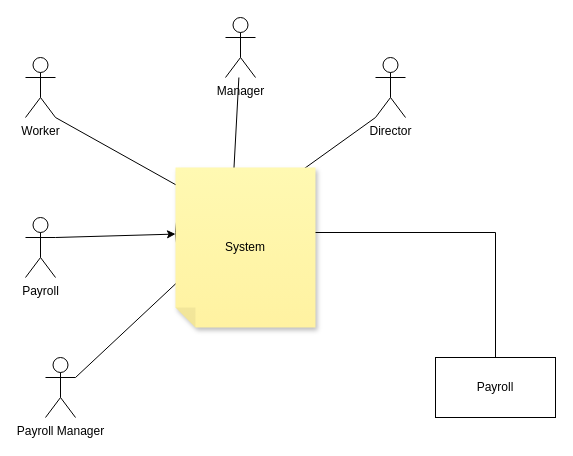
shahartamari/shifts keeps this draw.io diagram as page "Context" (1 of 2) of Untitled Diagram.drawio. Above is the earlier version. Source tidied: cells renumbered, new cells numbered last; positions are measured from the earlier drawing's top-left corner, leaving out a move shared by most shapes. Both pictures are drawn from the tidied source at 100%, with x=0, y=0 at pixel (25, 17).
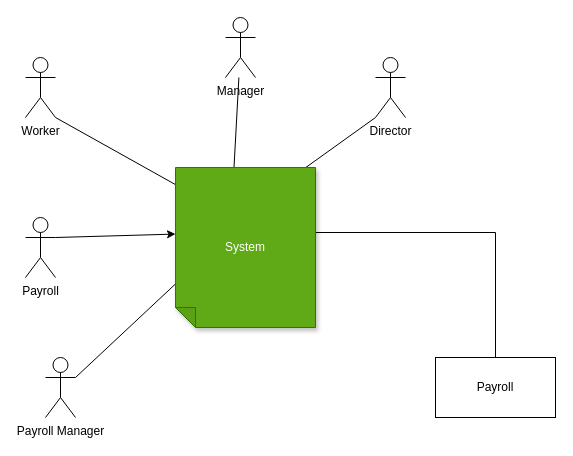
The same page after the edit.

The edit, as a diff of the source:
```diff
@@
 <mxGraphModel>
   <root>
     <mxCell id="0" />
     <mxCell id="1" parent="0" />
     <mxCell id="2" value="System" style="ellipse;whiteSpace=wrap;html=1;" parent="1" vertex="1">
       <mxGeometry x="150" y="160" width="110" height="110" as="geometry" />
     </mxCell>
     <mxCell id="3" style="rounded=0;jettySize=auto;html=1;exitX=1;exitY=1;exitDx=0;exitDy=0;exitPerimeter=0;entryX=0;entryY=0;entryDx=0;entryDy=0;" parent="1" edge="1" source="4" target="2">
       <mxGeometry relative="1" as="geometry" />
     </mxCell>
     <mxCell id="4" value="Worker" style="shape=umlActor;verticalLabelPosition=bottom;verticalAlign=top;html=1;outlineConnect=0;" parent="1" vertex="1">
       <mxGeometry y="40" width="30" height="60" as="geometry" />
     </mxCell>
     <mxCell id="5" style="rounded=0;jettySize=auto;html=1;exitX=1;exitY=0.3333333333333333;exitDx=0;exitDy=0;exitPerimeter=0;" parent="1" edge="1" source="6" target="2">
       <mxGeometry relative="1" as="geometry" />
     </mxCell>
     <mxCell id="6" value="Payroll" style="shape=umlActor;verticalLabelPosition=bottom;verticalAlign=top;html=1;outlineConnect=0;" parent="1" vertex="1">
       <mxGeometry y="200" width="30" height="60" as="geometry" />
     </mxCell>
     <mxCell id="7" style="rounded=0;jettySize=auto;html=1;" parent="1" edge="1" source="8" target="2">
       <mxGeometry relative="1" as="geometry" />
     </mxCell>
     <mxCell id="8" value="Manager" style="shape=umlActor;verticalLabelPosition=bottom;verticalAlign=top;html=1;outlineConnect=0;" parent="1" vertex="1">
       <mxGeometry x="200" width="30" height="60" as="geometry" />
     </mxCell>
     <mxCell id="9" style="rounded=0;jettySize=auto;html=1;exitX=0;exitY=1;exitDx=0;exitDy=0;exitPerimeter=0;entryX=1;entryY=0;entryDx=0;entryDy=0;" parent="1" edge="1" source="10" target="2">
       <mxGeometry relative="1" as="geometry" />
     </mxCell>
     <mxCell id="10" value="Director" style="shape=umlActor;verticalLabelPosition=bottom;verticalAlign=top;html=1;outlineConnect=0;" parent="1" vertex="1">
       <mxGeometry x="350" y="40" width="30" height="60" as="geometry" />
     </mxCell>
     <mxCell id="11" style="rounded=0;jettySize=auto;html=1;exitX=1;exitY=0.3333333333333333;exitDx=0;exitDy=0;exitPerimeter=0;" parent="1" edge="1" source="12" target="2">
       <mxGeometry relative="1" as="geometry" />
     </mxCell>
     <mxCell id="12" value="Payroll Manager" style="shape=umlActor;verticalLabelPosition=bottom;verticalAlign=top;html=1;outlineConnect=0;" parent="1" vertex="1">
       <mxGeometry x="20" y="340" width="30" height="60" as="geometry" />
     </mxCell>
     <mxCell id="13" style="edgeStyle=orthogonalEdgeStyle;rounded=0;jettySize=auto;html=1;exitX=0.5;exitY=0;exitDx=0;exitDy=0;entryX=1;entryY=0.5;entryDx=0;entryDy=0;" parent="1" edge="1" source="14" target="2">
       <mxGeometry relative="1" as="geometry" />
     </mxCell>
     <mxCell id="14" value="Payroll" style="rounded=0;whiteSpace=wrap;html=1;" parent="1" vertex="1">
       <mxGeometry x="410" y="340" width="120" height="60" as="geometry" />
     </mxCell>
-    <mxCell id="15" value="System" style="shape=note;whiteSpace=wrap;html=1;backgroundOutline=1;fontColor=#000000;darkOpacity=0.05;fillColor=#FFF9B2;strokeColor=none;fillStyle=solid;direction=west;gradientDirection=north;gradientColor=#FFF2A1;shadow=1;size=20;" parent="1" vertex="1">
+    <mxCell id="15" value="System" style="shape=note;whiteSpace=wrap;html=1;backgroundOutline=1;fontColor=#ffffff;darkOpacity=0.05;fillColor=#60a917;strokeColor=#2D7600;fillStyle=solid;direction=west;gradientDirection=north;shadow=1;size=20;" parent="1" vertex="1">
       <mxGeometry x="150" y="150" width="140" height="160" as="geometry" />
     </mxCell>
   </root>
 </mxGraphModel>
```
